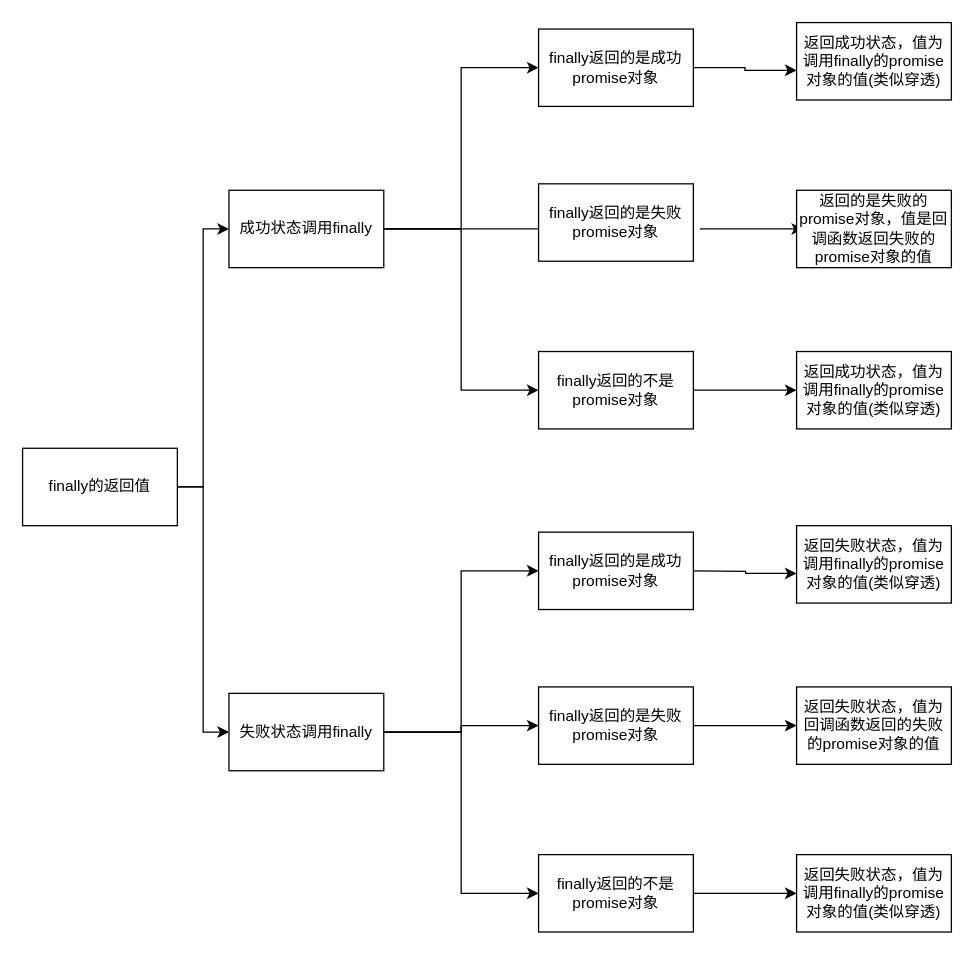
Above: day04-promise/11.finally的返回值.drawio in nowLetsgo/goat0722 (draw.io), before the change. Source tidied: cells renumbered, new cells numbered last; positions are measured from the earlier drawing's top-left corner, leaving out a move shared by most shapes. Both pictures are drawn from the tidied source at 129%, with x=0, y=0 at pixel (22, 22).
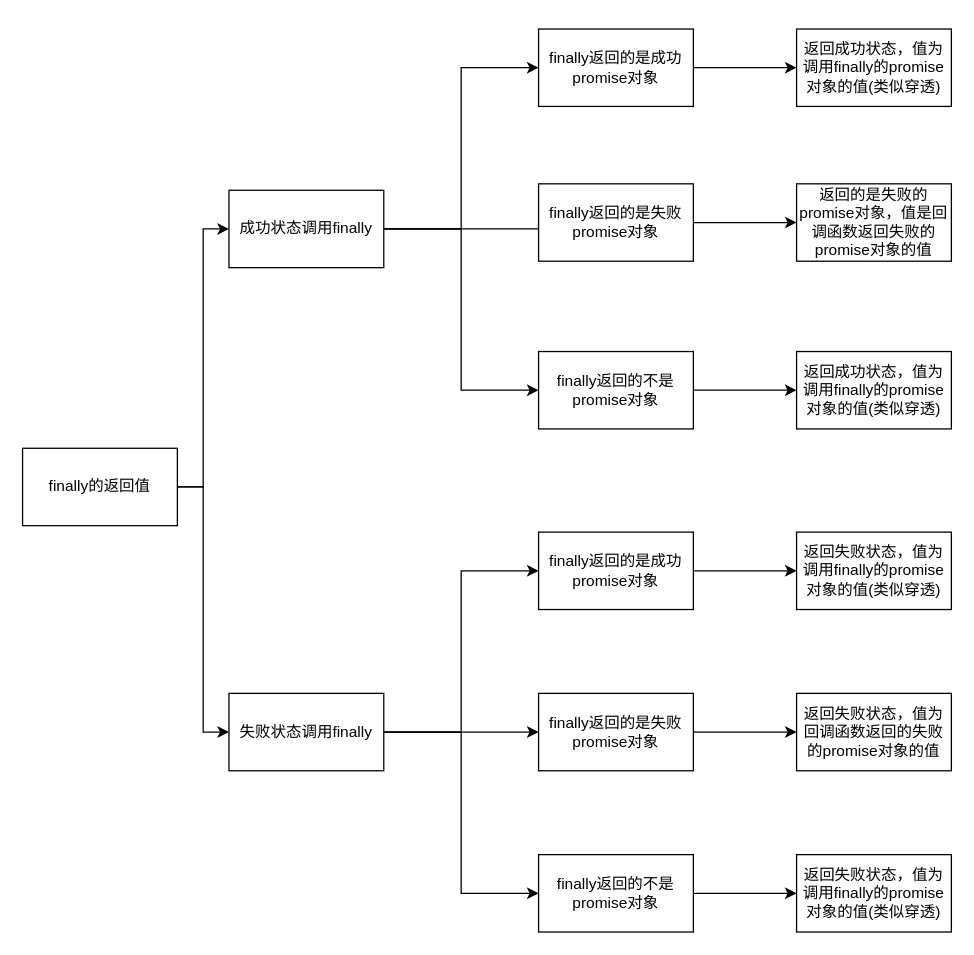
Above is the later version.

The change refers to these unchanged cells:
```xml
<mxCell id="14" value="finally返回的是成功promise对象" style="rounded=0;whiteSpace=wrap;html=1;" parent="1" vertex="1">
  <mxGeometry x="400" y="5" width="120" height="60" as="geometry" />
</mxCell>
<mxCell id="15" value="finally返回的是失败promise对象" style="rounded=0;whiteSpace=wrap;html=1;" parent="1" vertex="1">
  <mxGeometry x="400" y="125" width="120" height="60" as="geometry" />
</mxCell>
<mxCell id="18" value="finally返回的是成功promise对象" style="rounded=0;whiteSpace=wrap;html=1;" parent="1" vertex="1">
  <mxGeometry x="400" y="395" width="120" height="60" as="geometry" />
</mxCell>
```

Change to the diagram source:
```diff
@@
-    <mxCell id="13" style="edgeStyle=orthogonalEdgeStyle;rounded=0;jettySize=auto;html=1;exitX=1;exitY=0.5;exitDx=0;exitDy=0;entryX=0;entryY=0.617;entryDx=0;entryDy=0;entryPerimeter=0;" parent="1" edge="1" source="14" target="21">
+    <mxCell id="13" style="edgeStyle=orthogonalEdgeStyle;rounded=0;jettySize=auto;html=1;exitX=1;exitY=0.5;exitDx=0;exitDy=0;" parent="1" edge="1" source="14" target="21">
       <mxGeometry relative="1" as="geometry" />
     </mxCell>
@@
+    <mxCell id="31" style="edgeStyle=orthogonalEdgeStyle;rounded=0;jettySize=auto;html=1;exitX=1;exitY=0.5;exitDx=0;exitDy=0;entryX=0;entryY=0.5;entryDx=0;entryDy=0;" parent="1" edge="1" source="15" target="24">
+      <mxGeometry relative="1" as="geometry" />
+    </mxCell>
@@
+    <mxCell id="32" style="edgeStyle=orthogonalEdgeStyle;rounded=0;jettySize=auto;html=1;exitX=1;exitY=0.5;exitDx=0;exitDy=0;" parent="1" edge="1" source="18" target="28">
+      <mxGeometry relative="1" as="geometry" />
+    </mxCell>
@@
     <mxCell id="19" value="finally返回的是失败promise对象" style="rounded=0;whiteSpace=wrap;html=1;" parent="1" vertex="1">
-      <mxGeometry x="400" y="515" width="120" height="60" as="geometry" />
+      <mxGeometry x="400" y="520" width="120" height="60" as="geometry" />
     </mxCell>
@@
     <mxCell id="21" value="返回成功状态，值为调用finally的promise对象的值(类似穿透)" style="rounded=0;whiteSpace=wrap;html=1;" parent="1" vertex="1">
-      <mxGeometry x="600" width="120" height="60" as="geometry" />
+      <mxGeometry x="600" y="5" width="120" height="60" as="geometry" />
     </mxCell>
@@
-    <mxCell id="23" style="edgeStyle=orthogonalEdgeStyle;rounded=0;orthogonalLoop=1;jettySize=auto;html=1;exitX=1;exitY=0.5;exitDx=0;exitDy=0;" parent="1" edge="1">
-      <mxGeometry relative="1" as="geometry">
-        <mxPoint x="525" y="160" as="sourcePoint" />
-        <mxPoint x="605" y="160" as="targetPoint" />
-      </mxGeometry>
-    </mxCell>
     <mxCell id="24" value="返回的是失败的promise对象，值是回调函数返回失败的promise对象的值" style="rounded=0;whiteSpace=wrap;html=1;" parent="1" vertex="1">
-      <mxGeometry x="600" y="130" width="120" height="60" as="geometry" />
+      <mxGeometry x="600" y="125" width="120" height="60" as="geometry" />
     </mxCell>
@@
-    <mxCell id="27" style="edgeStyle=orthogonalEdgeStyle;rounded=0;jettySize=auto;html=1;exitX=1;exitY=0.5;exitDx=0;exitDy=0;entryX=0;entryY=0.617;entryDx=0;entryDy=0;entryPerimeter=0;" parent="1" edge="1" target="28">
-      <mxGeometry relative="1" as="geometry">
-        <mxPoint x="520" y="425" as="sourcePoint" />
-      </mxGeometry>
-    </mxCell>
     <mxCell id="28" value="返回失败状态，值为调用finally的promise对象的值(类似穿透)" style="rounded=0;whiteSpace=wrap;html=1;" parent="1" vertex="1">
-      <mxGeometry x="600" y="390" width="120" height="60" as="geometry" />
+      <mxGeometry x="600" y="395" width="120" height="60" as="geometry" />
     </mxCell>
     <mxCell id="29" style="edgeStyle=orthogonalEdgeStyle;rounded=0;orthogonalLoop=1;jettySize=auto;html=1;exitX=1;exitY=0.5;exitDx=0;exitDy=0;" parent="1" edge="1">
       <mxGeometry relative="1" as="geometry">
-        <mxPoint x="520" y="545" as="sourcePoint" />
-        <mxPoint x="600" y="545" as="targetPoint" />
+        <mxPoint x="520" y="550" as="sourcePoint" />
+        <mxPoint x="600" y="550" as="targetPoint" />
       </mxGeometry>
     </mxCell>
     <mxCell id="30" value="返回失败状态，值为回调函数返回的失败的promise对象的值" style="rounded=0;whiteSpace=wrap;html=1;" parent="1" vertex="1">
-      <mxGeometry x="600" y="515" width="120" height="60" as="geometry" />
+      <mxGeometry x="600" y="520" width="120" height="60" as="geometry" />
     </mxCell>
```
